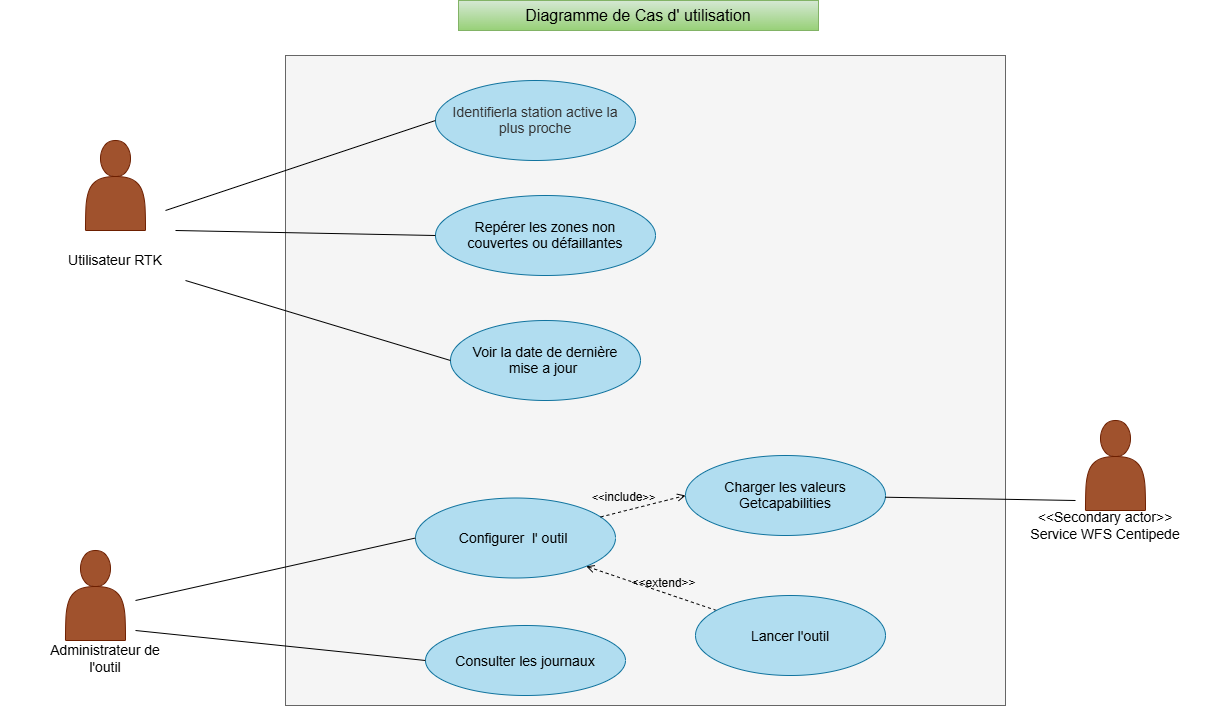
Before: Diagramme de cas d'utilisation.drawio.png, a diagram exported from draw.io (Akatebra/Projet_Info_Voronoi). Source tidied: cells renumbered, new cells last; positions are measured from the earlier drawing's top-left corner, leaving out a move shared by most shapes.
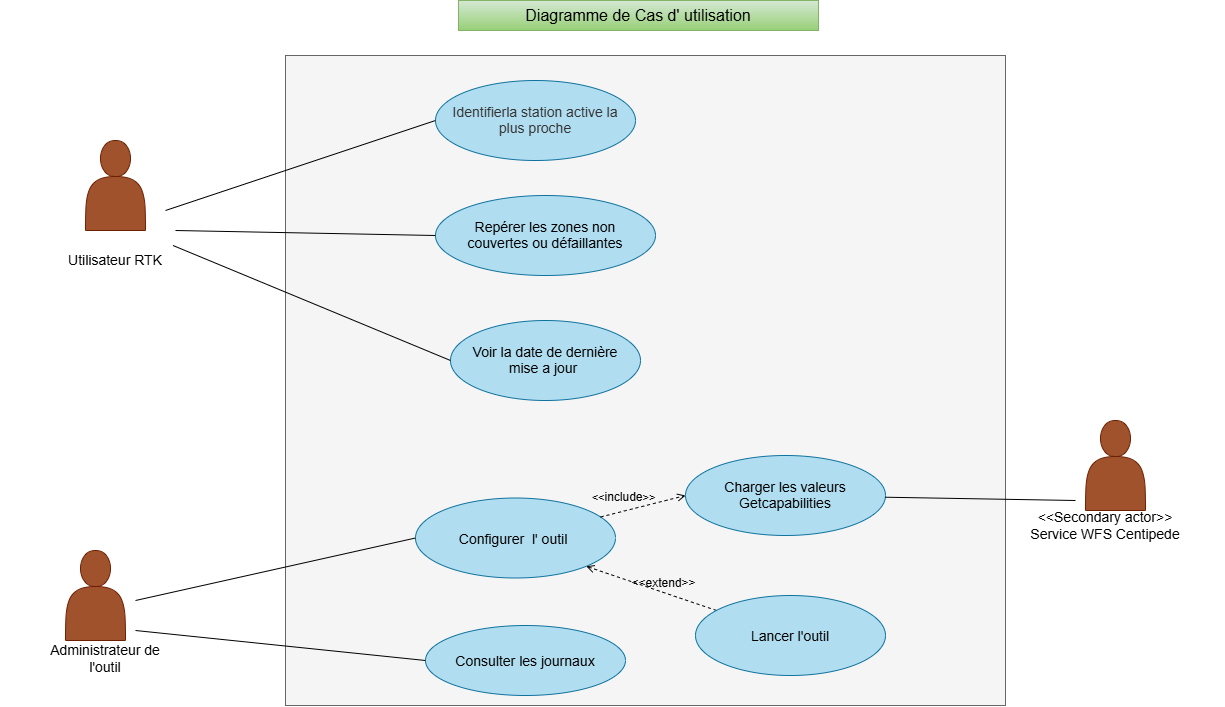
The same file after the commit.

What changed in the source:
```diff
@@ -54,10 +54,8 @@
         <mxPoint x="175" y="230" as="sourcePoint" />
       </mxGeometry>
     </mxCell>
-    <mxCell id="18" style="endArrow=none;html=1;rounded=0;defaultLabelBackgroundColor=page;labelPadding=0 4;entryX=0;entryY=0.5;entryDx=0;entryDy=0;" parent="1" edge="1" target="8">
-      <mxGeometry relative="1" as="geometry">
-        <mxPoint x="185" y="280" as="sourcePoint" />
-      </mxGeometry>
+    <mxCell id="18" style="endArrow=none;html=1;rounded=0;defaultLabelBackgroundColor=page;labelPadding=0 4;entryX=0;entryY=0.5;entryDx=0;entryDy=0;exitX=0.75;exitY=0;exitDx=0;exitDy=0;" parent="1" edge="1" source="4" target="8">
+      <mxGeometry relative="1" as="geometry" />
     </mxCell>
     <mxCell id="19" style="endArrow=none;html=1;rounded=0;defaultLabelBackgroundColor=page;labelPadding=0 4;entryX=0;entryY=0.5;entryDx=0;entryDy=0;" parent="1" edge="1" target="10">
       <mxGeometry relative="1" as="geometry">
```
